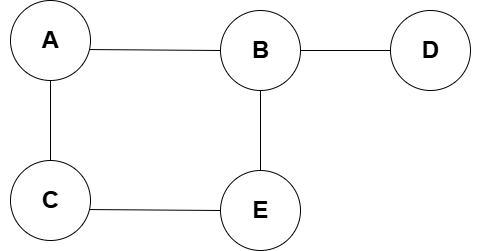
Before: DiagramNotes/Graphs1.drawio.png, a diagram exported from draw.io (AxelDelRio/DSA-Tutorials). Source tidied: cells renumbered, new cells last; positions are measured from the earlier drawing's top-left corner, leaving out a move shared by most shapes.
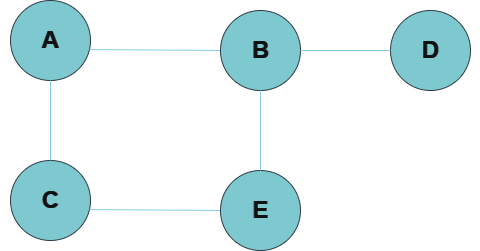
After the change.

Change to the diagram source:
```diff
@@ -2,53 +2,53 @@
   <root>
     <mxCell id="0" />
     <mxCell id="1" parent="0" />
-    <mxCell id="2" style="ellipse;whiteSpace=wrap;html=1;" parent="1" vertex="1">
+    <mxCell id="2" style="ellipse;whiteSpace=wrap;html=1;labelBackgroundColor=none;fillColor=#09555B;strokeColor=#BAC8D3;fontColor=#EEEEEE;" parent="1" vertex="1">
       <mxGeometry x="10" width="80" height="80" as="geometry" />
     </mxCell>
-    <mxCell id="3" style="endArrow=none;html=1;rounded=0;exitX=0.988;exitY=0.613;exitDx=0;exitDy=0;exitPerimeter=0;" parent="1" edge="1" source="2">
+    <mxCell id="3" style="endArrow=none;html=1;rounded=0;exitX=0.988;exitY=0.613;exitDx=0;exitDy=0;exitPerimeter=0;labelBackgroundColor=none;strokeColor=#0B4D6A;fontColor=default;" parent="1" edge="1" source="2">
       <mxGeometry relative="1" as="geometry">
         <mxPoint x="220" y="50" as="targetPoint" />
       </mxGeometry>
     </mxCell>
-    <mxCell id="4" style="ellipse;whiteSpace=wrap;html=1;" parent="1" vertex="1">
+    <mxCell id="4" style="ellipse;whiteSpace=wrap;html=1;labelBackgroundColor=none;fillColor=#09555B;strokeColor=#BAC8D3;fontColor=#EEEEEE;" parent="1" vertex="1">
       <mxGeometry x="10" y="160" width="80" height="80" as="geometry" />
     </mxCell>
-    <mxCell id="5" style="endArrow=none;html=1;rounded=0;exitX=0.988;exitY=0.613;exitDx=0;exitDy=0;exitPerimeter=0;" parent="1" edge="1" source="4">
+    <mxCell id="5" style="endArrow=none;html=1;rounded=0;exitX=0.988;exitY=0.613;exitDx=0;exitDy=0;exitPerimeter=0;labelBackgroundColor=none;strokeColor=#0B4D6A;fontColor=default;" parent="1" edge="1" source="4">
       <mxGeometry relative="1" as="geometry">
         <mxPoint x="220" y="210" as="targetPoint" />
       </mxGeometry>
     </mxCell>
-    <mxCell id="6" style="endArrow=none;html=1;rounded=0;entryX=0.5;entryY=1;entryDx=0;entryDy=0;exitX=0.5;exitY=0;exitDx=0;exitDy=0;" parent="1" edge="1" source="4" target="2">
+    <mxCell id="6" style="endArrow=none;html=1;rounded=0;entryX=0.5;entryY=1;entryDx=0;entryDy=0;exitX=0.5;exitY=0;exitDx=0;exitDy=0;labelBackgroundColor=none;strokeColor=#0B4D6A;fontColor=default;" parent="1" edge="1" source="4" target="2">
       <mxGeometry relative="1" as="geometry" />
     </mxCell>
-    <mxCell id="7" style="ellipse;whiteSpace=wrap;html=1;" parent="1" vertex="1">
+    <mxCell id="7" style="ellipse;whiteSpace=wrap;html=1;labelBackgroundColor=none;fillColor=#09555B;strokeColor=#BAC8D3;fontColor=#EEEEEE;" parent="1" vertex="1">
       <mxGeometry x="220" y="170" width="80" height="80" as="geometry" />
     </mxCell>
-    <mxCell id="8" style="ellipse;whiteSpace=wrap;html=1;" parent="1" vertex="1">
+    <mxCell id="8" style="ellipse;whiteSpace=wrap;html=1;labelBackgroundColor=none;fillColor=#09555B;strokeColor=#BAC8D3;fontColor=#EEEEEE;" parent="1" vertex="1">
       <mxGeometry x="220" y="10" width="80" height="80" as="geometry" />
     </mxCell>
-    <mxCell id="9" style="endArrow=none;html=1;rounded=0;entryX=0.5;entryY=1;entryDx=0;entryDy=0;exitX=0.5;exitY=0;exitDx=0;exitDy=0;" parent="1" edge="1" source="7" target="8">
+    <mxCell id="9" style="endArrow=none;html=1;rounded=0;entryX=0.5;entryY=1;entryDx=0;entryDy=0;exitX=0.5;exitY=0;exitDx=0;exitDy=0;labelBackgroundColor=none;strokeColor=#0B4D6A;fontColor=default;" parent="1" edge="1" source="7" target="8">
       <mxGeometry relative="1" as="geometry" />
     </mxCell>
-    <mxCell id="10" style="ellipse;whiteSpace=wrap;html=1;" parent="1" vertex="1">
+    <mxCell id="10" style="ellipse;whiteSpace=wrap;html=1;labelBackgroundColor=none;fillColor=#09555B;strokeColor=#BAC8D3;fontColor=#EEEEEE;" parent="1" vertex="1">
       <mxGeometry x="390" y="10" width="80" height="80" as="geometry" />
     </mxCell>
-    <mxCell id="11" style="endArrow=none;html=1;rounded=0;entryX=0;entryY=0.5;entryDx=0;entryDy=0;exitX=1;exitY=0.5;exitDx=0;exitDy=0;" parent="1" edge="1" source="8" target="10">
+    <mxCell id="11" style="endArrow=none;html=1;rounded=0;entryX=0;entryY=0.5;entryDx=0;entryDy=0;exitX=1;exitY=0.5;exitDx=0;exitDy=0;labelBackgroundColor=none;strokeColor=#0B4D6A;fontColor=default;" parent="1" edge="1" source="8" target="10">
       <mxGeometry relative="1" as="geometry" />
     </mxCell>
-    <mxCell id="12" value="A" style="text;strokeColor=none;fillColor=none;html=1;fontSize=24;fontStyle=1;verticalAlign=middle;align=center;" parent="1" vertex="1">
+    <mxCell id="12" value="A" style="text;strokeColor=none;fillColor=none;html=1;fontSize=24;fontStyle=1;verticalAlign=middle;align=center;labelBackgroundColor=none;fontColor=#EEEEEE;" parent="1" vertex="1">
       <mxGeometry y="20" width="100" height="40" as="geometry" />
     </mxCell>
-    <mxCell id="13" value="B" style="text;strokeColor=none;fillColor=none;html=1;fontSize=24;fontStyle=1;verticalAlign=middle;align=center;" parent="1" vertex="1">
+    <mxCell id="13" value="B" style="text;strokeColor=none;fillColor=none;html=1;fontSize=24;fontStyle=1;verticalAlign=middle;align=center;labelBackgroundColor=none;fontColor=#EEEEEE;" parent="1" vertex="1">
       <mxGeometry x="210" y="30" width="100" height="40" as="geometry" />
     </mxCell>
-    <mxCell id="14" value="C" style="text;strokeColor=none;fillColor=none;html=1;fontSize=24;fontStyle=1;verticalAlign=middle;align=center;" parent="1" vertex="1">
+    <mxCell id="14" value="C" style="text;strokeColor=none;fillColor=none;html=1;fontSize=24;fontStyle=1;verticalAlign=middle;align=center;labelBackgroundColor=none;fontColor=#EEEEEE;" parent="1" vertex="1">
       <mxGeometry y="180" width="100" height="40" as="geometry" />
     </mxCell>
-    <mxCell id="15" value="D" style="text;strokeColor=none;fillColor=none;html=1;fontSize=24;fontStyle=1;verticalAlign=middle;align=center;" parent="1" vertex="1">
+    <mxCell id="15" value="D" style="text;strokeColor=none;fillColor=none;html=1;fontSize=24;fontStyle=1;verticalAlign=middle;align=center;labelBackgroundColor=none;fontColor=#EEEEEE;" parent="1" vertex="1">
       <mxGeometry x="380" y="30" width="100" height="40" as="geometry" />
     </mxCell>
-    <mxCell id="16" value="E" style="text;strokeColor=none;fillColor=none;html=1;fontSize=24;fontStyle=1;verticalAlign=middle;align=center;" parent="1" vertex="1">
+    <mxCell id="16" value="E" style="text;strokeColor=none;fillColor=none;html=1;fontSize=24;fontStyle=1;verticalAlign=middle;align=center;labelBackgroundColor=none;fontColor=#EEEEEE;" parent="1" vertex="1">
       <mxGeometry x="210" y="190" width="100" height="40" as="geometry" />
     </mxCell>
   </root>
```
